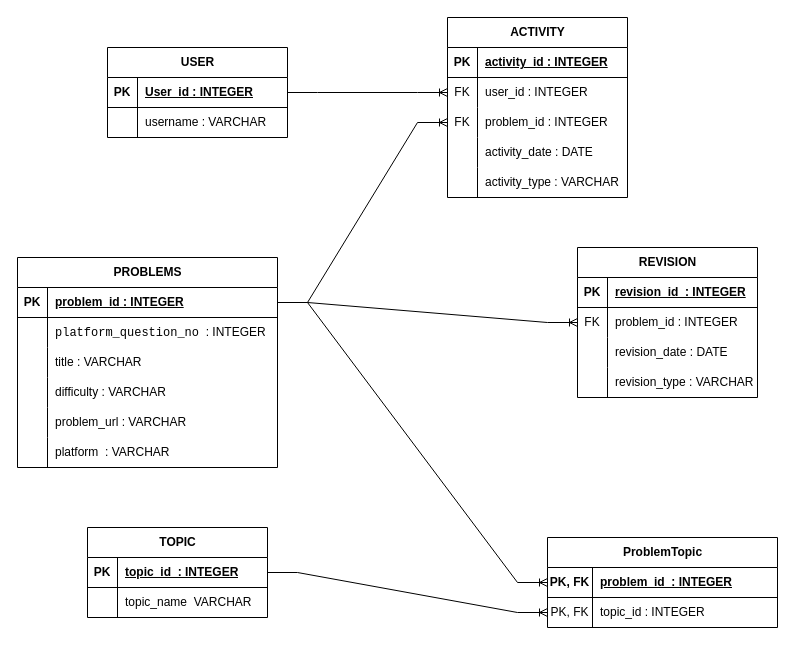
Earlier version of the draw.io diagram docs/ER_Diagram.drawio (PixelDotCodes/codeforge). Source tidied: cells renumbered, new cells numbered last; positions are measured from the earlier drawing's top-left corner, leaving out a move shared by most shapes. Both pictures are drawn from the tidied source at 100%, with x=0, y=0 at pixel (17, 17).
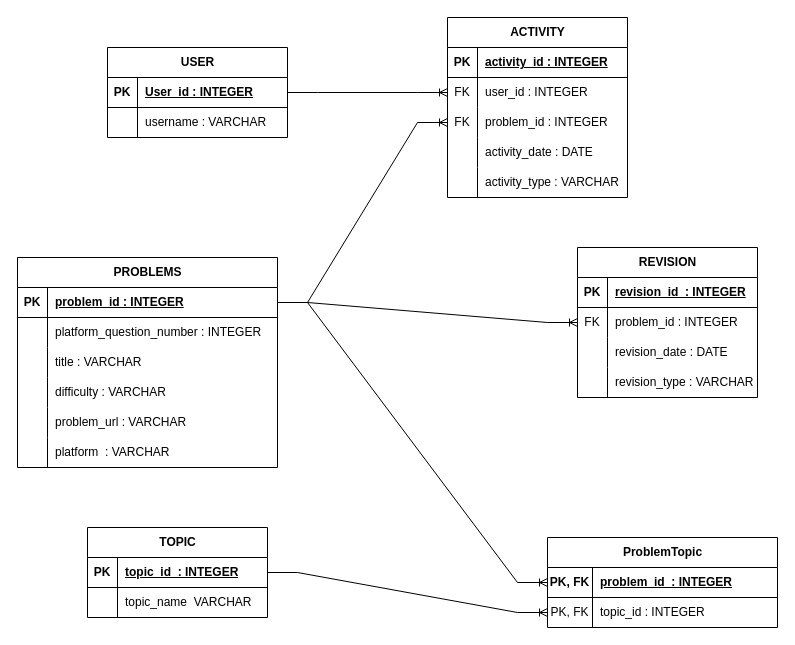
The same diagram, later.

Unchanged cells that the change refers to:
```xml
<mxCell id="13" style="shape=tableRow;horizontal=0;startSize=0;swimlaneHead=0;swimlaneBody=0;fillColor=none;top=0;left=0;right=0;bottom=0;" parent="9" vertex="1">
  <mxGeometry y="60" width="260" height="30" as="geometry" />
</mxCell>
```

Diff of the diagram source:
```diff
@@
-    <mxCell id="15" value="&lt;span style=&quot;&quot;&gt;&lt;code style=&quot;&quot;&gt;platform_question_no&lt;/code&gt;&lt;/span&gt;&amp;nbsp;&amp;nbsp;: INTEGER" style="shape=partialRectangle;fillColor=none;top=0;left=0;bottom=0;right=0;align=left;spacingLeft=6;overflow=hidden;whiteSpace=wrap;html=1;" parent="13" vertex="1">
+    <mxCell id="15" value="platform_question_number : INTEGER" style="shape=partialRectangle;fillColor=none;top=0;left=0;bottom=0;right=0;align=left;spacingLeft=6;overflow=hidden;whiteSpace=wrap;html=1;" parent="13" vertex="1">
       <mxGeometry x="30" width="230" height="30" as="geometry" />
     </mxCell>
```
